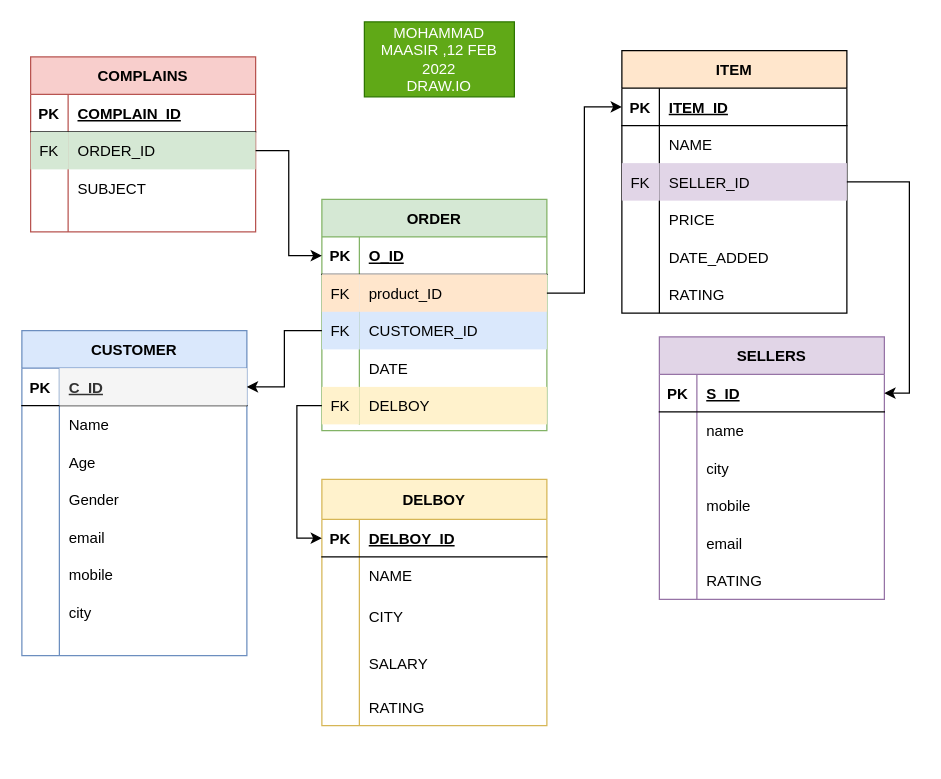
maasir554/maasir554 keeps this draw.io diagram as Untitled Diagram.drawio. Above is the earlier version. Source tidied: cells renumbered, new cells numbered last; positions are measured from the earlier drawing's top-left corner, leaving out a move shared by most shapes. Both pictures are drawn from the tidied source at 125%, with x=0, y=0 at pixel (21, 21).
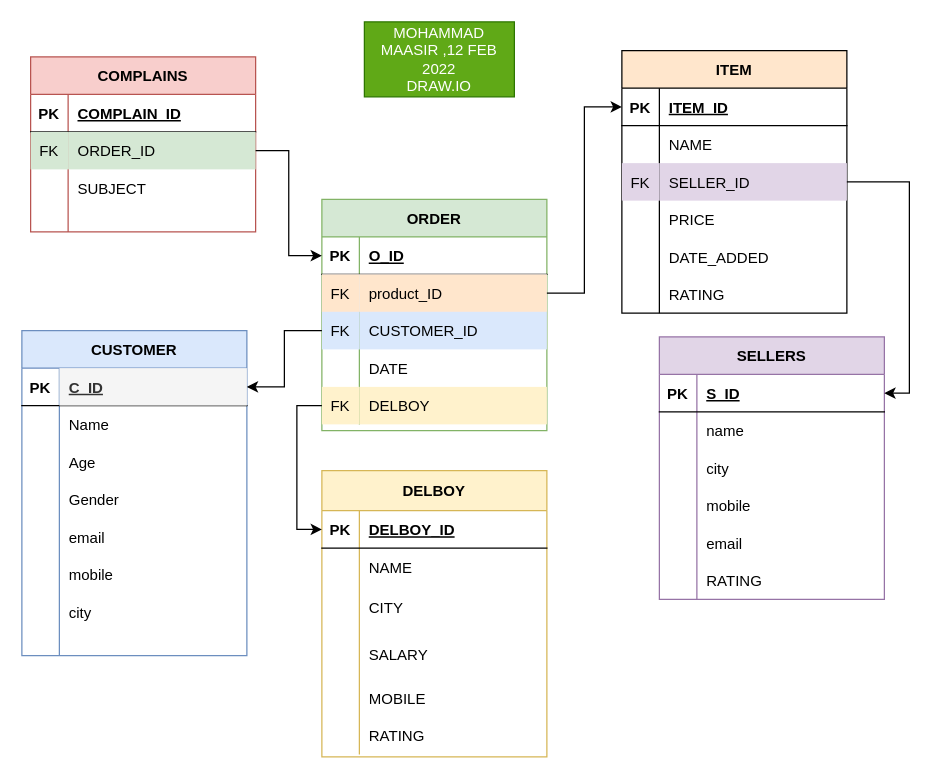
The same diagram, later.

Commit message:
delboy mobile added.

Change to the diagram source:
```diff
@@
     <mxCell id="83" value="DELBOY" style="shape=table;startSize=32;childLayout=tableLayout;rowLines=0;fontStyle=1;align=center;fillColor=#fff2cc;strokeColor=#d6b656;" parent="1" vertex="1">
-      <mxGeometry x="240" y="366" width="180" height="197" as="geometry" />
+      <mxGeometry x="240" y="359" width="180" height="229" as="geometry" />
     </mxCell>
@@
+    <mxCell id="118" style="shape=tableRow;horizontal=0;startSize=0;swimlaneHead=0;swimlaneBody=0;fillColor=none;top=0;left=0;right=0;bottom=0;strokeColor=default;" parent="83" vertex="1">
+      <mxGeometry y="167" width="180" height="30" as="geometry" />
+    </mxCell>
+    <mxCell id="119" style="shape=partialRectangle;fillColor=none;top=0;left=0;bottom=0;right=0;overflow=hidden;strokeColor=default;" parent="118" vertex="1">
+      <mxGeometry width="30" height="30" as="geometry" />
+    </mxCell>
+    <mxCell id="120" value="MOBILE" style="shape=partialRectangle;fillColor=none;top=0;left=0;bottom=0;right=0;align=left;spacingLeft=6;overflow=hidden;strokeColor=default;" parent="118" vertex="1">
+      <mxGeometry x="30" width="150" height="30" as="geometry" />
+    </mxCell>
     <mxCell id="96" style="shape=tableRow;horizontal=0;startSize=0;swimlaneHead=0;swimlaneBody=0;fillColor=none;top=0;left=0;right=0;bottom=0;" parent="83" vertex="1">
-      <mxGeometry y="167" width="180" height="30" as="geometry" />
+      <mxGeometry y="197" width="180" height="30" as="geometry" />
     </mxCell>
```
